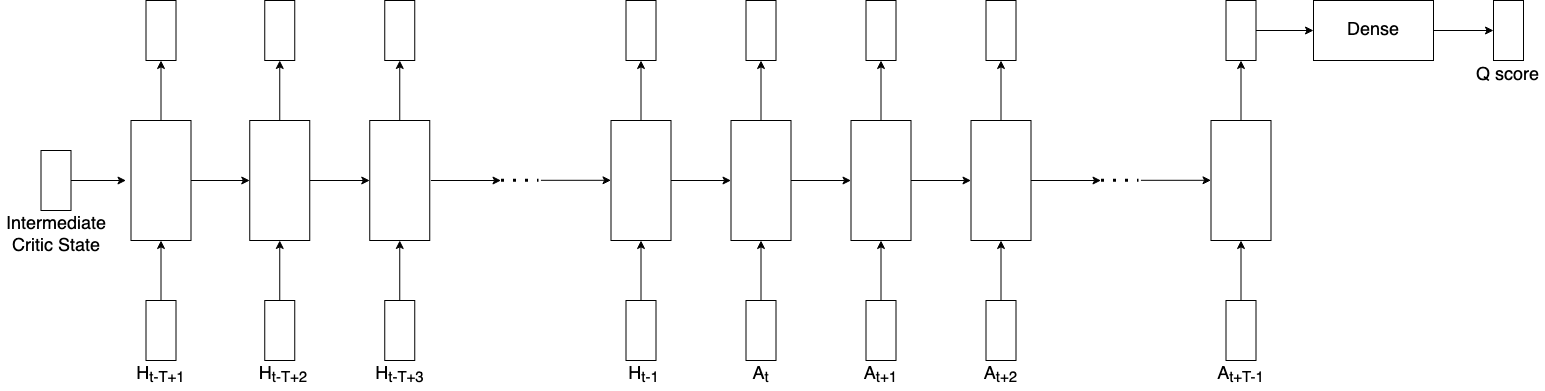
This is images/critic_lstm.png from shandilya1998/CPGController, a draw.io export, as it was before one commit. Source tidied: cells renumbered, new cells last; positions are measured from the earlier drawing's top-left corner, leaving out a move shared by most shapes.
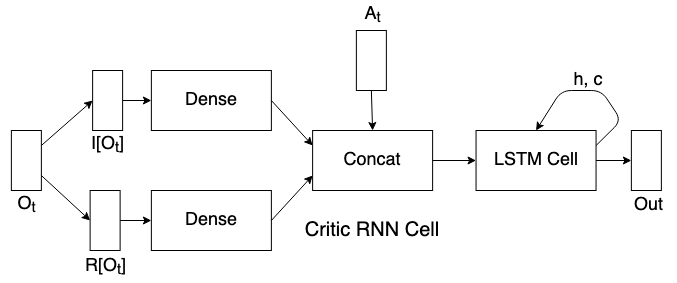
The same diagram one commit later.

Change to the diagram source:
```diff
@@ -2,227 +2,91 @@
   <root>
     <mxCell id="0" />
     <mxCell id="1" parent="0" />
-    <mxCell id="2" style="endArrow=classic;html=1;strokeWidth=1;exitX=1;exitY=0.5;exitDx=0;exitDy=0;" parent="1" edge="1">
-      <mxGeometry relative="1" as="geometry">
-        <mxPoint x="64.5" y="180" as="sourcePoint" />
-        <mxPoint x="124.5" y="180" as="targetPoint" />
-      </mxGeometry>
+    <mxCell id="2" style="rounded=0;whiteSpace=wrap;html=1;" parent="1" vertex="1">
+      <mxGeometry x="907.9" y="110" width="30" height="60" as="geometry" />
     </mxCell>
-    <mxCell id="3" style="edgeStyle=orthogonalEdgeStyle;rounded=0;jettySize=auto;html=1;strokeWidth=1;" parent="1" edge="1" source="4" target="48">
-      <mxGeometry relative="1" as="geometry" />
+    <mxCell id="3" value="&lt;font style=&quot;font-size: 18px&quot;&gt;A&lt;sub&gt;t&lt;/sub&gt;&lt;/font&gt;" style="text;html=1;strokeColor=none;fillColor=none;align=center;verticalAlign=middle;whiteSpace=wrap;rounded=0;" parent="1" vertex="1">
+      <mxGeometry x="897.9" y="80" width="52.5" height="30" as="geometry" />
     </mxCell>
-    <mxCell id="4" style="rounded=0;whiteSpace=wrap;html=1;rotation=-90;" parent="1" vertex="1">
-      <mxGeometry x="99.5" y="150" width="120" height="60" as="geometry" />
+    <mxCell id="4" style="rounded=0;whiteSpace=wrap;html=1;" parent="1" vertex="1">
+      <mxGeometry x="562.9" y="210" width="30" height="60" as="geometry" />
     </mxCell>
-    <mxCell id="5" style="edgeStyle=orthogonalEdgeStyle;rounded=0;jettySize=auto;html=1;strokeWidth=1;" parent="1" edge="1" source="7" target="9">
-      <mxGeometry relative="1" as="geometry" />
+    <mxCell id="5" value="&lt;font style=&quot;font-size: 18px&quot;&gt;O&lt;sub&gt;t&lt;/sub&gt;&lt;/font&gt;" style="text;html=1;strokeColor=none;fillColor=none;align=center;verticalAlign=middle;whiteSpace=wrap;rounded=0;" parent="1" vertex="1">
+      <mxGeometry x="551.6" y="270" width="52.5" height="30" as="geometry" />
     </mxCell>
-    <mxCell id="6" style="edgeStyle=orthogonalEdgeStyle;rounded=0;jettySize=auto;html=1;strokeWidth=1;" parent="1" edge="1" source="7" target="49">
+    <mxCell id="6" style="endArrow=classic;html=1;exitX=1;exitY=0.75;exitDx=0;exitDy=0;entryX=0;entryY=0.5;entryDx=0;entryDy=0;" parent="1" edge="1" source="4" target="11">
       <mxGeometry relative="1" as="geometry" />
     </mxCell>
-    <mxCell id="7" style="rounded=0;whiteSpace=wrap;html=1;rotation=-90;" parent="1" vertex="1">
-      <mxGeometry x="218.2" y="150" width="120" height="60" as="geometry" />
+    <mxCell id="7" style="endArrow=classic;html=1;exitX=1;exitY=0.25;exitDx=0;exitDy=0;entryX=0;entryY=0.5;entryDx=0;entryDy=0;" parent="1" edge="1" source="4" target="9">
+      <mxGeometry relative="1" as="geometry" />
     </mxCell>
-    <mxCell id="8" style="edgeStyle=orthogonalEdgeStyle;rounded=0;jettySize=auto;html=1;strokeWidth=1;" parent="1" edge="1" source="9" target="50">
+    <mxCell id="8" style="edgeStyle=orthogonalEdgeStyle;rounded=0;jettySize=auto;html=1;" parent="1" edge="1" source="9" target="14">
       <mxGeometry relative="1" as="geometry" />
     </mxCell>
-    <mxCell id="9" style="rounded=0;whiteSpace=wrap;html=1;rotation=-90;" parent="1" vertex="1">
-      <mxGeometry x="338.2" y="150" width="120" height="60" as="geometry" />
+    <mxCell id="9" style="rounded=0;whiteSpace=wrap;html=1;" parent="1" vertex="1">
+      <mxGeometry x="644.1" y="150" width="30" height="60" as="geometry" />
     </mxCell>
-    <mxCell id="10" style="rounded=0;whiteSpace=wrap;html=1;" parent="1" vertex="1">
-      <mxGeometry x="39.5" y="150" width="30" height="60" as="geometry" />
+    <mxCell id="10" style="edgeStyle=orthogonalEdgeStyle;rounded=0;jettySize=auto;html=1;" parent="1" edge="1" source="11" target="15">
+      <mxGeometry relative="1" as="geometry" />
     </mxCell>
-    <mxCell id="11" value="&lt;font style=&quot;font-size: 18px&quot;&gt;Intermediate Critic State&lt;br&gt;&lt;/font&gt;" style="text;html=1;strokeColor=none;fillColor=none;align=center;verticalAlign=middle;whiteSpace=wrap;rounded=0;" parent="1" vertex="1">
-      <mxGeometry x="-0.5" y="210" width="110" height="50" as="geometry" />
+    <mxCell id="11" style="rounded=0;whiteSpace=wrap;html=1;" parent="1" vertex="1">
+      <mxGeometry x="641.6" y="270" width="30" height="60" as="geometry" />
     </mxCell>
-    <mxCell id="12" style="endArrow=classic;html=1;strokeWidth=1;exitX=0.5;exitY=1;exitDx=0;exitDy=0;entryX=0.5;entryY=0;entryDx=0;entryDy=0;" parent="1" edge="1" source="4" target="7">
-      <mxGeometry relative="1" as="geometry" />
+    <mxCell id="12" value="&lt;font style=&quot;font-size: 18px&quot;&gt;R[&lt;font style=&quot;font-size: 18px&quot;&gt;O&lt;sub&gt;t&lt;/sub&gt;]&lt;/font&gt;&lt;/font&gt;" style="text;html=1;strokeColor=none;fillColor=none;align=center;verticalAlign=middle;whiteSpace=wrap;rounded=0;" parent="1" vertex="1">
+      <mxGeometry x="630.7" y="332" width="52.5" height="30" as="geometry" />
     </mxCell>
-    <mxCell id="13" style="edgeStyle=orthogonalEdgeStyle;rounded=0;jettySize=auto;html=1;strokeWidth=1;" parent="1" edge="1" source="15" target="18">
-      <mxGeometry relative="1" as="geometry" />
+    <mxCell id="13" value="&lt;font style=&quot;font-size: 18px&quot;&gt;I[&lt;font style=&quot;font-size: 18px&quot;&gt;O&lt;sub&gt;t&lt;/sub&gt;]&lt;/font&gt;&lt;/font&gt;" style="text;html=1;strokeColor=none;fillColor=none;align=center;verticalAlign=middle;whiteSpace=wrap;rounded=0;" parent="1" vertex="1">
+      <mxGeometry x="632.9" y="210" width="52.5" height="30" as="geometry" />
     </mxCell>
-    <mxCell id="14" style="edgeStyle=orthogonalEdgeStyle;rounded=0;jettySize=auto;html=1;strokeWidth=1;" parent="1" edge="1" source="15" target="51">
-      <mxGeometry relative="1" as="geometry" />
+    <mxCell id="14" value="&lt;font style=&quot;font-size: 18px&quot;&gt;Dense&lt;/font&gt;" style="rounded=0;whiteSpace=wrap;html=1;" parent="1" vertex="1">
+      <mxGeometry x="702.9" y="150" width="120" height="60" as="geometry" />
     </mxCell>
-    <mxCell id="15" style="rounded=0;whiteSpace=wrap;html=1;rotation=-90;" parent="1" vertex="1">
-      <mxGeometry x="579.5" y="150" width="120" height="60" as="geometry" />
+    <mxCell id="15" value="&lt;font style=&quot;font-size: 18px&quot;&gt;Dense&lt;/font&gt;" style="rounded=0;whiteSpace=wrap;html=1;" parent="1" vertex="1">
+      <mxGeometry x="702.9" y="270" width="120" height="60" as="geometry" />
     </mxCell>
-    <mxCell id="16" style="edgeStyle=orthogonalEdgeStyle;rounded=0;jettySize=auto;html=1;strokeWidth=1;" parent="1" edge="1" source="18" target="24">
+    <mxCell id="16" style="edgeStyle=orthogonalEdgeStyle;rounded=0;jettySize=auto;html=1;" parent="1" edge="1" source="17" target="21">
       <mxGeometry relative="1" as="geometry" />
     </mxCell>
-    <mxCell id="17" style="edgeStyle=orthogonalEdgeStyle;rounded=0;jettySize=auto;html=1;strokeWidth=1;" parent="1" edge="1" source="18" target="52">
-      <mxGeometry relative="1" as="geometry" />
+    <mxCell id="17" value="&lt;font style=&quot;font-size: 18px&quot;&gt;Concat&lt;/font&gt;" style="rounded=0;whiteSpace=wrap;html=1;" parent="1" vertex="1">
+      <mxGeometry x="864.1" y="210" width="120" height="60" as="geometry" />
     </mxCell>
-    <mxCell id="18" style="rounded=0;whiteSpace=wrap;html=1;rotation=-90;" parent="1" vertex="1">
-      <mxGeometry x="699.5" y="150" width="120" height="60" as="geometry" />
+    <mxCell id="18" style="endArrow=classic;html=1;exitX=1;exitY=0.5;exitDx=0;exitDy=0;entryX=0;entryY=0.25;entryDx=0;entryDy=0;" parent="1" edge="1" source="14" target="17">
+      <mxGeometry relative="1" as="geometry" />
     </mxCell>
-    <mxCell id="19" style="edgeStyle=orthogonalEdgeStyle;rounded=0;orthogonalLoop=1;jettySize=auto;html=1;strokeWidth=1;" parent="1" edge="1">
-      <mxGeometry relative="1" as="geometry">
-        <mxPoint x="429.4" y="180" as="sourcePoint" />
-        <mxPoint x="499.5" y="180" as="targetPoint" />
-      </mxGeometry>
+    <mxCell id="19" style="endArrow=classic;html=1;exitX=1;exitY=0.5;exitDx=0;exitDy=0;entryX=0;entryY=0.75;entryDx=0;entryDy=0;" parent="1" edge="1" source="15" target="17">
+      <mxGeometry relative="1" as="geometry" />
     </mxCell>
-    <mxCell id="20" style="endArrow=none;dashed=1;html=1;dashPattern=1 3;strokeWidth=3;" parent="1" edge="1">
-      <mxGeometry relative="1" as="geometry">
-        <mxPoint x="499.5" y="179.8" as="sourcePoint" />
-        <mxPoint x="537" y="179.8" as="targetPoint" />
-      </mxGeometry>
+    <mxCell id="20" style="endArrow=classic;html=1;exitX=0.5;exitY=1;exitDx=0;exitDy=0;entryX=0.5;entryY=0;entryDx=0;entryDy=0;" parent="1" edge="1" source="2" target="17">
+      <mxGeometry relative="1" as="geometry" />
     </mxCell>
-    <mxCell id="21" style="edgeStyle=orthogonalEdgeStyle;rounded=0;orthogonalLoop=1;jettySize=auto;html=1;strokeWidth=1;" parent="1" edge="1">
-      <mxGeometry relative="1" as="geometry">
-        <mxPoint x="539.4" y="179.8" as="sourcePoint" />
-        <mxPoint x="609.5" y="179.8" as="targetPoint" />
-      </mxGeometry>
+    <mxCell id="21" value="&lt;font style=&quot;font-size: 18px&quot;&gt;LSTM Cell&lt;br&gt;&lt;/font&gt;" style="rounded=0;whiteSpace=wrap;html=1;" parent="1" vertex="1">
+      <mxGeometry x="1027.5" y="210" width="120" height="60" as="geometry" />
     </mxCell>
-    <mxCell id="22" style="edgeStyle=orthogonalEdgeStyle;rounded=0;jettySize=auto;html=1;strokeWidth=1;" parent="1" edge="1" source="24" target="36">
-      <mxGeometry relative="1" as="geometry" />
+    <mxCell id="22" style="endArrow=classic;html=1;exitX=1;exitY=0.25;exitDx=0;exitDy=0;entryX=0.5;entryY=0;entryDx=0;entryDy=0;" parent="1" edge="1" source="21" target="21">
+      <mxGeometry relative="1" as="geometry">
+        <Array as="points">
+          <mxPoint x="1172.9" y="200" />
+          <mxPoint x="1152.9" y="170" />
+          <mxPoint x="1112.9" y="170" />
+        </Array>
+      </mxGeometry>
     </mxCell>
-    <mxCell id="23" style="edgeStyle=orthogonalEdgeStyle;rounded=0;jettySize=auto;html=1;strokeWidth=1;" parent="1" edge="1" source="24" target="53">
-      <mxGeometry relative="1" as="geometry" />
+    <mxCell id="23" value="&lt;font style=&quot;font-size: 18px&quot;&gt;h, c&lt;br&gt;&lt;/font&gt;" style="text;html=1;strokeColor=none;fillColor=none;align=center;verticalAlign=middle;whiteSpace=wrap;rounded=0;" parent="1" vertex="1">
+      <mxGeometry x="1120" y="150" width="40" height="20" as="geometry" />
     </mxCell>
-    <mxCell id="24" style="rounded=0;whiteSpace=wrap;html=1;rotation=-90;" parent="1" vertex="1">
-      <mxGeometry x="819.5" y="150" width="120" height="60" as="geometry" />
+    <mxCell id="24" style="endArrow=classic;html=1;exitX=1;exitY=0.5;exitDx=0;exitDy=0;" parent="1" edge="1" source="21">
+      <mxGeometry relative="1" as="geometry">
+        <mxPoint x="1182.9" y="240" as="targetPoint" />
+      </mxGeometry>
     </mxCell>
-    <mxCell id="25" style="edgeStyle=orthogonalEdgeStyle;rounded=0;jettySize=auto;html=1;strokeWidth=1;entryX=0;entryY=0.5;entryDx=0;entryDy=0;" parent="1" edge="1" source="26" target="4">
-      <mxGeometry relative="1" as="geometry" />
+    <mxCell id="25" style="rounded=0;whiteSpace=wrap;html=1;" parent="1" vertex="1">
+      <mxGeometry x="1182.9" y="210" width="30" height="60" as="geometry" />
     </mxCell>
-    <mxCell id="26" style="rounded=0;whiteSpace=wrap;html=1;" parent="1" vertex="1">
-      <mxGeometry x="144.5" y="300" width="30" height="60" as="geometry" />
+    <mxCell id="26" value="&lt;font style=&quot;font-size: 18px&quot;&gt;Out&lt;/font&gt;" style="text;html=1;strokeColor=none;fillColor=none;align=center;verticalAlign=middle;whiteSpace=wrap;rounded=0;" parent="1" vertex="1">
+      <mxGeometry x="1174.4" y="270" width="52.5" height="30" as="geometry" />
     </mxCell>
-    <mxCell id="27" style="edgeStyle=orthogonalEdgeStyle;rounded=0;jettySize=auto;html=1;strokeWidth=1;" parent="1" edge="1" source="28" target="7">
-      <mxGeometry relative="1" as="geometry" />
+    <mxCell id="27" value="&lt;font style=&quot;font-size: 20px&quot;&gt;Critic &lt;font style=&quot;font-size: 20px&quot;&gt;RNN Cell&lt;/font&gt;&lt;/font&gt;" style="text;html=1;strokeColor=none;fillColor=none;align=center;verticalAlign=middle;whiteSpace=wrap;rounded=0;" parent="1" vertex="1">
+      <mxGeometry x="854.1" y="300" width="140" height="20" as="geometry" />
     </mxCell>
-    <mxCell id="28" style="rounded=0;whiteSpace=wrap;html=1;" parent="1" vertex="1">
-      <mxGeometry x="263.2" y="300" width="30" height="60" as="geometry" />
-    </mxCell>
-    <mxCell id="29" style="edgeStyle=orthogonalEdgeStyle;rounded=0;jettySize=auto;html=1;strokeWidth=1;" parent="1" edge="1" source="30" target="9">
-      <mxGeometry relative="1" as="geometry" />
-    </mxCell>
-    <mxCell id="30" style="rounded=0;whiteSpace=wrap;html=1;" parent="1" vertex="1">
-      <mxGeometry x="383.2" y="300" width="30" height="60" as="geometry" />
-    </mxCell>
-    <mxCell id="31" style="edgeStyle=orthogonalEdgeStyle;rounded=0;jettySize=auto;html=1;strokeWidth=1;" parent="1" edge="1" source="32" target="15">
-      <mxGeometry relative="1" as="geometry" />
-    </mxCell>
-    <mxCell id="32" style="rounded=0;whiteSpace=wrap;html=1;" parent="1" vertex="1">
-      <mxGeometry x="624.5" y="300" width="30" height="60" as="geometry" />
-    </mxCell>
-    <mxCell id="33" style="edgeStyle=orthogonalEdgeStyle;rounded=0;jettySize=auto;html=1;strokeWidth=1;" parent="1" edge="1" source="34" target="18">
-      <mxGeometry relative="1" as="geometry" />
-    </mxCell>
-    <mxCell id="34" style="rounded=0;whiteSpace=wrap;html=1;" parent="1" vertex="1">
-      <mxGeometry x="744.5" y="300" width="30" height="60" as="geometry" />
-    </mxCell>
-    <mxCell id="35" style="edgeStyle=orthogonalEdgeStyle;rounded=0;jettySize=auto;html=1;strokeWidth=1;" parent="1" edge="1" source="36" target="54">
-      <mxGeometry relative="1" as="geometry" />
-    </mxCell>
-    <mxCell id="36" style="rounded=0;whiteSpace=wrap;html=1;rotation=-90;" parent="1" vertex="1">
-      <mxGeometry x="939.5" y="150" width="120" height="60" as="geometry" />
-    </mxCell>
-    <mxCell id="37" style="edgeStyle=orthogonalEdgeStyle;rounded=0;jettySize=auto;html=1;strokeWidth=1;" parent="1" edge="1" source="38" target="24">
-      <mxGeometry relative="1" as="geometry" />
-    </mxCell>
-    <mxCell id="38" style="rounded=0;whiteSpace=wrap;html=1;" parent="1" vertex="1">
-      <mxGeometry x="864.5" y="300" width="30" height="60" as="geometry" />
-    </mxCell>
-    <mxCell id="39" style="edgeStyle=orthogonalEdgeStyle;rounded=0;jettySize=auto;html=1;strokeWidth=1;" parent="1" edge="1" source="40" target="36">
-      <mxGeometry relative="1" as="geometry" />
-    </mxCell>
-    <mxCell id="40" style="rounded=0;whiteSpace=wrap;html=1;" parent="1" vertex="1">
-      <mxGeometry x="984.5" y="300" width="30" height="60" as="geometry" />
-    </mxCell>
-    <mxCell id="41" style="edgeStyle=orthogonalEdgeStyle;rounded=0;jettySize=auto;html=1;strokeWidth=1;" parent="1" edge="1" source="42" target="56">
-      <mxGeometry relative="1" as="geometry" />
-    </mxCell>
-    <mxCell id="42" style="rounded=0;whiteSpace=wrap;html=1;rotation=-90;" parent="1" vertex="1">
-      <mxGeometry x="1179.5" y="150" width="120" height="60" as="geometry" />
-    </mxCell>
-    <mxCell id="43" style="edgeStyle=orthogonalEdgeStyle;rounded=0;orthogonalLoop=1;jettySize=auto;html=1;strokeWidth=1;" parent="1" edge="1">
-      <mxGeometry relative="1" as="geometry">
-        <mxPoint x="1029.5" y="180" as="sourcePoint" />
-        <mxPoint x="1099.5" y="180" as="targetPoint" />
-      </mxGeometry>
-    </mxCell>
-    <mxCell id="44" style="endArrow=none;dashed=1;html=1;dashPattern=1 3;strokeWidth=3;" parent="1" edge="1">
-      <mxGeometry relative="1" as="geometry">
-        <mxPoint x="1099.5" y="179.8" as="sourcePoint" />
-        <mxPoint x="1137" y="179.8" as="targetPoint" />
-      </mxGeometry>
-    </mxCell>
-    <mxCell id="45" style="edgeStyle=orthogonalEdgeStyle;rounded=0;orthogonalLoop=1;jettySize=auto;html=1;strokeWidth=1;" parent="1" edge="1">
-      <mxGeometry relative="1" as="geometry">
-        <mxPoint x="1139.5" y="179.8" as="sourcePoint" />
-        <mxPoint x="1209.5" y="179.8" as="targetPoint" />
-      </mxGeometry>
-    </mxCell>
-    <mxCell id="46" style="edgeStyle=orthogonalEdgeStyle;rounded=0;jettySize=auto;html=1;strokeWidth=1;" parent="1" edge="1" source="47" target="42">
-      <mxGeometry relative="1" as="geometry" />
-    </mxCell>
-    <mxCell id="47" style="rounded=0;whiteSpace=wrap;html=1;" parent="1" vertex="1">
-      <mxGeometry x="1224.5" y="300" width="30" height="60" as="geometry" />
-    </mxCell>
-    <mxCell id="48" style="rounded=0;whiteSpace=wrap;html=1;" parent="1" vertex="1">
-      <mxGeometry x="144.5" width="30" height="60" as="geometry" />
-    </mxCell>
-    <mxCell id="49" style="rounded=0;whiteSpace=wrap;html=1;" parent="1" vertex="1">
-      <mxGeometry x="263.2" width="30" height="60" as="geometry" />
-    </mxCell>
-    <mxCell id="50" style="rounded=0;whiteSpace=wrap;html=1;" parent="1" vertex="1">
-      <mxGeometry x="383.2" width="30" height="60" as="geometry" />
-    </mxCell>
-    <mxCell id="51" style="rounded=0;whiteSpace=wrap;html=1;" parent="1" vertex="1">
-      <mxGeometry x="624.5" width="30" height="60" as="geometry" />
-    </mxCell>
-    <mxCell id="52" style="rounded=0;whiteSpace=wrap;html=1;" parent="1" vertex="1">
-      <mxGeometry x="744.5" width="30" height="60" as="geometry" />
-    </mxCell>
-    <mxCell id="53" style="rounded=0;whiteSpace=wrap;html=1;" parent="1" vertex="1">
-      <mxGeometry x="864.5" width="30" height="60" as="geometry" />
-    </mxCell>
-    <mxCell id="54" style="rounded=0;whiteSpace=wrap;html=1;" parent="1" vertex="1">
-      <mxGeometry x="984.5" width="30" height="60" as="geometry" />
-    </mxCell>
-    <mxCell id="55" style="edgeStyle=orthogonalEdgeStyle;rounded=0;jettySize=auto;html=1;strokeWidth=1;" parent="1" edge="1" source="56" target="66">
-      <mxGeometry relative="1" as="geometry" />
-    </mxCell>
-    <mxCell id="56" style="rounded=0;whiteSpace=wrap;html=1;" parent="1" vertex="1">
-      <mxGeometry x="1224.5" width="30" height="60" as="geometry" />
-    </mxCell>
-    <mxCell id="57" value="&lt;font style=&quot;font-size: 18px&quot;&gt;H&lt;sub&gt;t-T+1&lt;/sub&gt;&lt;/font&gt;" style="text;html=1;strokeColor=none;fillColor=none;align=center;verticalAlign=middle;whiteSpace=wrap;rounded=0;" parent="1" vertex="1">
-      <mxGeometry x="133.2" y="360" width="52.5" height="30" as="geometry" />
-    </mxCell>
-    <mxCell id="58" value="&lt;font style=&quot;font-size: 18px&quot;&gt;H&lt;sub&gt;t-T+2&lt;/sub&gt;&lt;/font&gt;" style="text;html=1;strokeColor=none;fillColor=none;align=center;verticalAlign=middle;whiteSpace=wrap;rounded=0;" parent="1" vertex="1">
-      <mxGeometry x="252" y="360" width="60" height="30" as="geometry" />
-    </mxCell>
-    <mxCell id="59" value="&lt;font style=&quot;font-size: 18px&quot;&gt;H&lt;sub&gt;t-T+3&lt;/sub&gt;&lt;/font&gt;" style="text;html=1;strokeColor=none;fillColor=none;align=center;verticalAlign=middle;whiteSpace=wrap;rounded=0;" parent="1" vertex="1">
-      <mxGeometry x="372" y="360" width="52.5" height="30" as="geometry" />
-    </mxCell>
-    <mxCell id="60" value="&lt;font style=&quot;font-size: 18px&quot;&gt;H&lt;sub&gt;t-1&lt;/sub&gt;&lt;/font&gt;" style="text;html=1;strokeColor=none;fillColor=none;align=center;verticalAlign=middle;whiteSpace=wrap;rounded=0;" parent="1" vertex="1">
-      <mxGeometry x="615.8" y="360" width="52.5" height="30" as="geometry" />
-    </mxCell>
-    <mxCell id="61" value="&lt;font style=&quot;font-size: 18px&quot;&gt;A&lt;sub&gt;t&lt;/sub&gt;&lt;/font&gt;" style="text;html=1;strokeColor=none;fillColor=none;align=center;verticalAlign=middle;whiteSpace=wrap;rounded=0;" parent="1" vertex="1">
-      <mxGeometry x="733.2" y="360" width="52.5" height="30" as="geometry" />
-    </mxCell>
-    <mxCell id="62" value="&lt;font style=&quot;font-size: 18px&quot;&gt;A&lt;sub&gt;t+1&lt;/sub&gt;&lt;/font&gt;" style="text;html=1;strokeColor=none;fillColor=none;align=center;verticalAlign=middle;whiteSpace=wrap;rounded=0;" parent="1" vertex="1">
-      <mxGeometry x="853.2" y="360" width="52.5" height="30" as="geometry" />
-    </mxCell>
-    <mxCell id="63" value="&lt;font style=&quot;font-size: 18px&quot;&gt;A&lt;sub&gt;t+2&lt;/sub&gt;&lt;/font&gt;" style="text;html=1;strokeColor=none;fillColor=none;align=center;verticalAlign=middle;whiteSpace=wrap;rounded=0;" parent="1" vertex="1">
-      <mxGeometry x="973.2" y="360" width="52.5" height="30" as="geometry" />
-    </mxCell>
-    <mxCell id="64" value="&lt;font style=&quot;font-size: 18px&quot;&gt;A&lt;sub&gt;t+T-1&lt;/sub&gt;&lt;/font&gt;" style="text;html=1;strokeColor=none;fillColor=none;align=center;verticalAlign=middle;whiteSpace=wrap;rounded=0;" parent="1" vertex="1">
-      <mxGeometry x="1213.2" y="360" width="52.5" height="30" as="geometry" />
-    </mxCell>
-    <mxCell id="65" style="edgeStyle=orthogonalEdgeStyle;rounded=0;jettySize=auto;html=1;strokeWidth=1;" parent="1" edge="1" source="66" target="67">
-      <mxGeometry relative="1" as="geometry" />
-    </mxCell>
-    <mxCell id="66" value="&lt;font style=&quot;font-size: 18px&quot;&gt;Dense&lt;/font&gt;" style="whiteSpace=wrap;html=1;rounded=0;" parent="1" vertex="1">
-      <mxGeometry x="1312" width="120" height="60" as="geometry" />
-    </mxCell>
-    <mxCell id="67" style="rounded=0;whiteSpace=wrap;html=1;" parent="1" vertex="1">
-      <mxGeometry x="1492" width="30" height="60" as="geometry" />
-    </mxCell>
-    <mxCell id="68" value="&lt;font style=&quot;font-size: 18px&quot;&gt;Q score&lt;br&gt;&lt;/font&gt;" style="text;html=1;strokeColor=none;fillColor=none;align=center;verticalAlign=middle;whiteSpace=wrap;rounded=0;" parent="1" vertex="1">
-      <mxGeometry x="1471.4" y="60" width="71.2" height="30" as="geometry" />
-    </mxCell>
   </root>
 </mxGraphModel>
```
